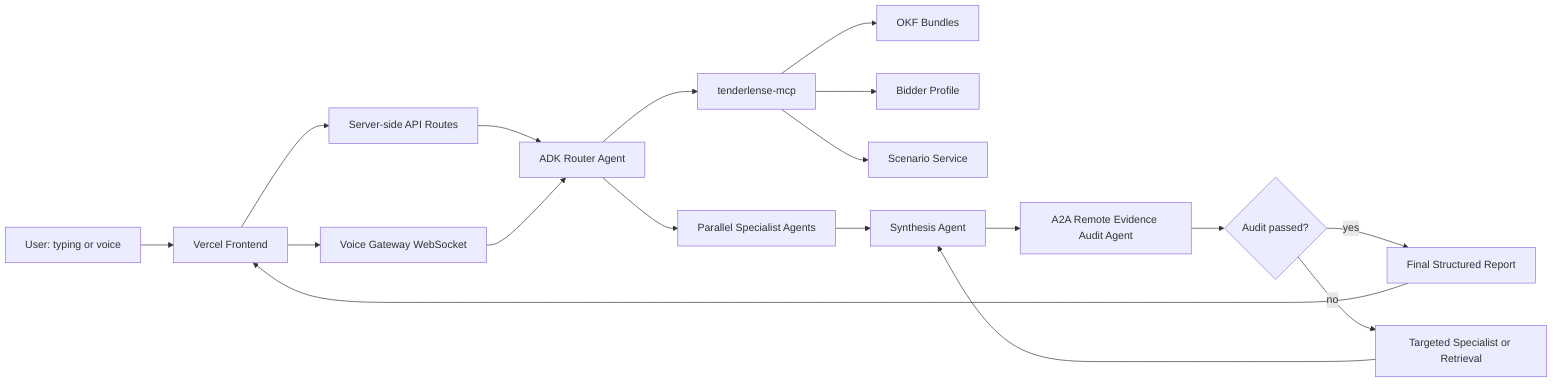
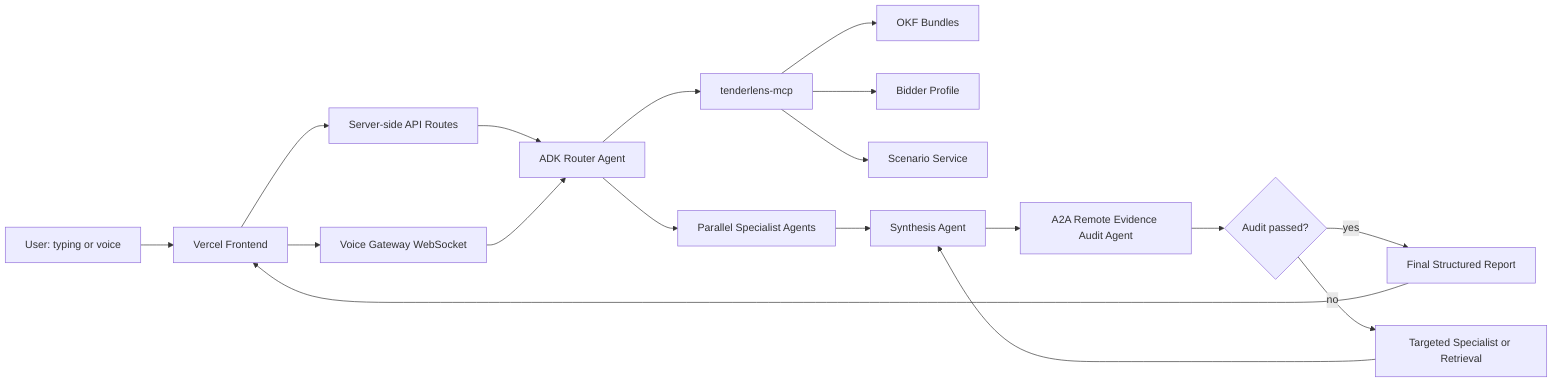
flowchart LR
  User["User: typing or voice"] --> Frontend["Vercel Frontend"]
  Frontend --> Api["Server-side API Routes"]
  Frontend --> Voice["Voice Gateway WebSocket"]
  Api --> Router["ADK Router Agent"]
  Voice --> Router
-   Router --> Mcp["tenderlense-mcp"]
+   Router --> Mcp["tenderlens-mcp"]
  Mcp --> Okf["OKF Bundles"]
  Mcp --> Profile["Bidder Profile"]
  Mcp --> Scenario["Scenario Service"]
  Router --> Parallel["Parallel Specialist Agents"]
  Parallel --> Synthesis["Synthesis Agent"]
  Synthesis --> Audit["A2A Remote Evidence Audit Agent"]
  Audit --> Gate{"Audit passed?"}
  Gate -- yes --> Report["Final Structured Report"]
  Gate -- no --> Fix["Targeted Specialist or Retrieval"]
  Fix --> Synthesis
  Report --> Frontend
